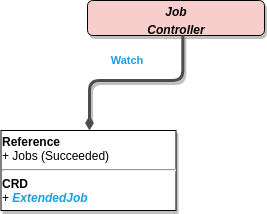
Earlier version of the draw.io export docs/controllers/quarks_ejobjobcontroller_flow.png (cloudfoundry-incubator/quarks-operator). Source tidied: cells renumbered, new cells last; positions are measured from the earlier drawing's top-left corner, leaving out a move shared by most shapes.
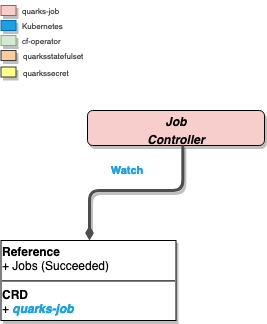
After the change.

Change to the diagram source:
```diff
@@ -15,8 +15,38 @@
         <mxPoint x="-27" y="-22" as="offset" />
       </mxGeometry>
     </mxCell>
-    <mxCell id="4" value="&lt;p style=&quot;margin: 4px 0px 0px&quot;&gt;&lt;b&gt;Reference&lt;/b&gt;&lt;/p&gt;+ Jobs (Succeeded)&lt;br&gt;&lt;div&gt;&lt;hr&gt;&lt;b&gt;CRD&lt;/b&gt;&lt;/div&gt;+ &lt;font color=&quot;#1BA1E2&quot;&gt;&lt;i&gt;&lt;b&gt;ExtendedJob&lt;/b&gt;&lt;/i&gt;&lt;/font&gt;" style="verticalAlign=bottom;align=left;overflow=fill;fontSize=12;fontFamily=Helvetica;html=1;shadow=1;rounded=0;gradientDirection=north;comic=0;glass=0;horizontal=1;" parent="1" vertex="1">
-      <mxGeometry x="-0.5" y="130" width="175" height="80" as="geometry" />
-    </mxCell>
+    <mxCell id="5" value="&lt;p style=&quot;margin: 4px 0px 0px&quot;&gt;&lt;b&gt;Reference&lt;/b&gt;&lt;/p&gt;+ Jobs (Succeeded)&lt;br&gt;&lt;div&gt;&lt;hr&gt;&lt;b&gt;CRD&lt;/b&gt;&lt;/div&gt;+ &lt;font color=&quot;#1BA1E2&quot;&gt;&lt;i&gt;&lt;b&gt;quarks-job&lt;/b&gt;&lt;/i&gt;&lt;/font&gt;" style="verticalAlign=bottom;align=left;overflow=fill;fontSize=12;fontFamily=Helvetica;html=1;shadow=1;rounded=0;gradientDirection=north;comic=0;glass=0;horizontal=1;" parent="1" vertex="1">
+      <mxGeometry x="-0.5" y="130" width="175" height="80" as="geometry" />
+    </mxCell>
+    <mxCell id="6" style="verticalAlign=bottom;align=center;overflow=fill;fontSize=12;fontFamily=Helvetica;html=1;shadow=1;rounded=0;gradientDirection=north;fillColor=#f8cecc;strokeColor=#b85450;comic=0;glass=0;horizontal=1;" parent="1" vertex="1">
+      <mxGeometry x="-0.5" y="-105" width="15" height="10" as="geometry" />
+    </mxCell>
+    <mxCell id="7" value="&lt;div align=&quot;center&quot;&gt;&lt;br&gt;&lt;/div&gt;" style="verticalAlign=bottom;align=center;overflow=fill;fontSize=12;fontFamily=Helvetica;html=1;shadow=1;rounded=0;gradientDirection=north;fillColor=#1ba1e2;strokeColor=#006EAF;comic=0;glass=0;horizontal=1;fontColor=#ffffff;" parent="1" vertex="1">
+      <mxGeometry x="-0.5" y="-90" width="15" height="10" as="geometry" />
+    </mxCell>
+    <mxCell id="8" style="verticalAlign=bottom;align=center;overflow=fill;fontSize=12;fontFamily=Helvetica;html=1;shadow=1;rounded=0;gradientDirection=north;fillColor=#d5e8d4;strokeColor=#82b366;comic=0;glass=0;horizontal=1;" parent="1" vertex="1">
+      <mxGeometry x="-0.5" y="-75" width="15" height="10" as="geometry" />
+    </mxCell>
+    <mxCell id="9" style="verticalAlign=bottom;align=center;overflow=fill;fontSize=12;fontFamily=Helvetica;html=1;shadow=1;rounded=0;gradientDirection=north;comic=0;glass=0;horizontal=1;fillColor=#ffcc99;strokeColor=#36393d;" parent="1" vertex="1">
+      <mxGeometry x="-0.5" y="-60" width="15" height="10" as="geometry" />
+    </mxCell>
+    <mxCell id="10" value="&lt;font style=&quot;font-size: 8px&quot; color=&quot;#4D4D4D&quot;&gt;quarks-job&lt;br&gt;&lt;/font&gt;" style="text;html=1;align=left;verticalAlign=top;spacingTop=-4;fontColor=#1BA1E2;" parent="1" vertex="1">
+      <mxGeometry x="18.5" y="-110" width="50" height="20" as="geometry" />
+    </mxCell>
+    <mxCell id="11" value="&lt;font style=&quot;font-size: 8px&quot; color=&quot;#4D4D4D&quot;&gt;Kubernetes&lt;/font&gt;" style="text;html=1;align=left;verticalAlign=top;spacingTop=-4;fontColor=#1BA1E2;" parent="1" vertex="1">
+      <mxGeometry x="18.5" y="-95" width="60" height="20" as="geometry" />
+    </mxCell>
+    <mxCell id="12" value="&lt;font style=&quot;font-size: 8px&quot; color=&quot;#4D4D4D&quot;&gt;cf-operator&lt;/font&gt;" style="text;html=1;align=left;verticalAlign=top;spacingTop=-4;fontColor=#1BA1E2;" parent="1" vertex="1">
+      <mxGeometry x="18.5" y="-80" width="50" height="20" as="geometry" />
+    </mxCell>
+    <mxCell id="13" style="verticalAlign=bottom;align=center;overflow=fill;fontSize=12;fontFamily=Helvetica;html=1;shadow=1;rounded=0;gradientDirection=north;comic=0;glass=0;horizontal=1;fillColor=#ffff88;strokeColor=#36393d;" parent="1" vertex="1">
+      <mxGeometry x="-0.5" y="-43.5" width="15" height="10" as="geometry" />
+    </mxCell>
+    <mxCell id="14" value="&lt;font style=&quot;font-size: 8px&quot; color=&quot;#4D4D4D&quot;&gt;quarkssecret&lt;br&gt;&lt;/font&gt;" style="text;html=1;align=left;verticalAlign=top;spacingTop=-4;fontColor=#1BA1E2;" parent="1" vertex="1">
+      <mxGeometry x="19.5" y="-48.5" width="60" height="20" as="geometry" />
+    </mxCell>
+    <mxCell id="15" value="&lt;font style=&quot;font-size: 8px&quot; color=&quot;#4D4D4D&quot;&gt;quarksstatefulset&lt;br&gt;&lt;/font&gt;" style="text;html=1;align=left;verticalAlign=top;spacingTop=-4;fontColor=#1BA1E2;" parent="1" vertex="1">
+      <mxGeometry x="19.5" y="-65" width="80" height="20" as="geometry" />
+    </mxCell>
   </root>
 </mxGraphModel>
```
